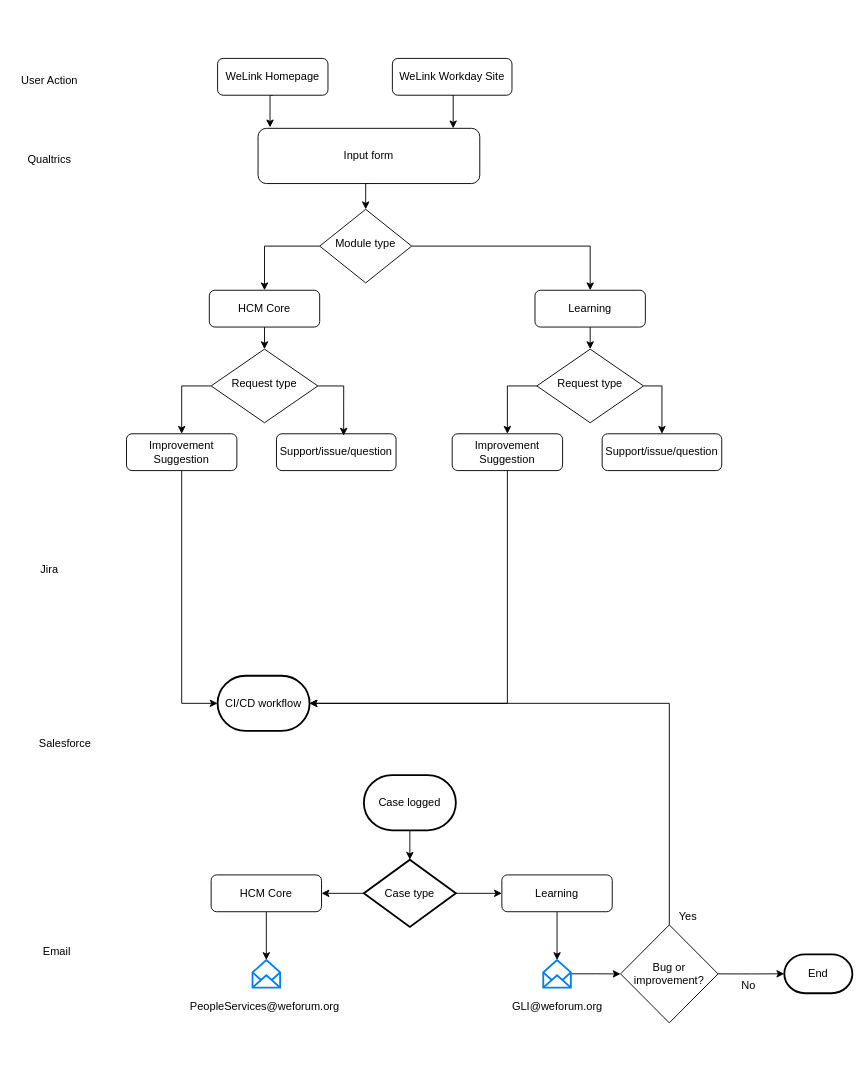
The draw.io diagram Workday Learning support model.drawio in merid-berhe/draw.io, before the edit. Source tidied: cells renumbered, new cells numbered last; positions are measured from the earlier drawing's top-left corner, leaving out a move shared by most shapes. Both pictures are drawn from the tidied source at 92%, with x=0, y=0 at pixel (16, 58).
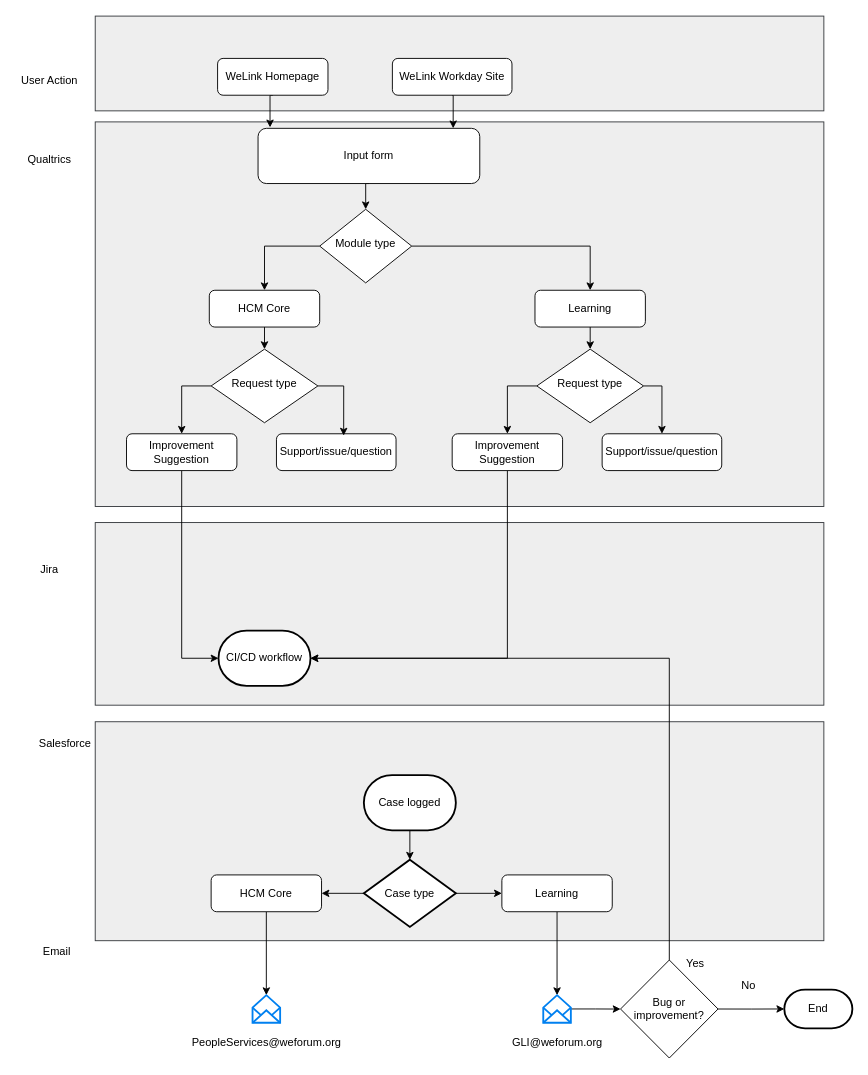
After the change.

What changed in the source:
```diff
@@
+    <mxCell id="53" style="rounded=0;whiteSpace=wrap;html=1;fillColor=#eeeeee;strokeColor=#36393d;" parent="1" vertex="1">
+      <mxGeometry x="86" y="721" width="792" height="238" as="geometry" />
+    </mxCell>
+    <mxCell id="54" style="rounded=0;whiteSpace=wrap;html=1;fillColor=#eeeeee;strokeColor=#36393d;" parent="1" vertex="1">
+      <mxGeometry x="86" y="504.5" width="792" height="198.5" as="geometry" />
+    </mxCell>
+    <mxCell id="55" style="rounded=0;whiteSpace=wrap;html=1;fillColor=#eeeeee;strokeColor=#36393d;" parent="1" vertex="1">
+      <mxGeometry x="86" y="69" width="792" height="418" as="geometry" />
+    </mxCell>
+    <mxCell id="56" style="rounded=0;whiteSpace=wrap;html=1;fillColor=#eeeeee;strokeColor=#36393d;" parent="1" vertex="1">
+      <mxGeometry x="86" y="-46" width="792" height="103" as="geometry" />
+    </mxCell>
@@
     <mxCell id="30" value="CI/CD workflow" style="strokeWidth=2;html=1;shape=mxgraph.flowchart.terminator;whiteSpace=wrap;" parent="1" vertex="1">
-      <mxGeometry x="219" y="671" width="100" height="60" as="geometry" />
+      <mxGeometry x="220" y="622" width="100" height="60" as="geometry" />
     </mxCell>
@@
     <mxCell id="42" style="html=1;verticalLabelPosition=bottom;align=center;labelBackgroundColor=#ffffff;verticalAlign=top;strokeWidth=2;strokeColor=#0080F0;shadow=0;dashed=0;shape=mxgraph.ios7.icons.envelope_(empty);" parent="1" vertex="1">
-      <mxGeometry x="257" y="980" width="30" height="30" as="geometry" />
+      <mxGeometry x="257" y="1018.2" width="30" height="30" as="geometry" />
     </mxCell>
@@
     <mxCell id="44" style="html=1;verticalLabelPosition=bottom;align=center;labelBackgroundColor=#ffffff;verticalAlign=top;strokeWidth=2;strokeColor=#0080F0;shadow=0;dashed=0;shape=mxgraph.ios7.icons.envelope_(empty);" parent="1" vertex="1">
-      <mxGeometry x="573" y="980" width="30" height="30" as="geometry" />
+      <mxGeometry x="573" y="1018.2" width="30" height="30" as="geometry" />
     </mxCell>
     <mxCell id="45" value="PeopleServices@weforum.org" style="text;html=1;align=center;verticalAlign=middle;" parent="1" vertex="1">
-      <mxGeometry x="184" y="1022" width="172" height="18" as="geometry" />
+      <mxGeometry x="186" y="1061" width="172" height="18" as="geometry" />
     </mxCell>
     <mxCell id="46" value="GLI@weforum.org" style="text;html=1;align=center;verticalAlign=middle;" parent="1" vertex="1">
-      <mxGeometry x="534" y="1022" width="108" height="18" as="geometry" />
+      <mxGeometry x="534" y="1061" width="108" height="18" as="geometry" />
     </mxCell>
@@
     <mxCell id="49" value="Bug or improvement?" style="rhombus;whiteSpace=wrap;html=1;" parent="1" vertex="1">
-      <mxGeometry x="657" y="941.8" width="106" height="106.5" as="geometry" />
+      <mxGeometry x="657" y="980" width="106" height="106.5" as="geometry" />
     </mxCell>
@@
     <mxCell id="51" value="End" style="strokeWidth=2;html=1;shape=mxgraph.flowchart.terminator;whiteSpace=wrap;" parent="1" vertex="1">
-      <mxGeometry x="835" y="973.9" width="74" height="42.2" as="geometry" />
+      <mxGeometry x="835" y="1012.1" width="74" height="42.2" as="geometry" />
     </mxCell>
     <mxCell id="52" value="Yes" style="text;html=1;align=center;verticalAlign=middle;" parent="1" vertex="1">
-      <mxGeometry x="715" y="923.8" width="30" height="18" as="geometry" />
+      <mxGeometry x="723" y="975" width="30" height="18" as="geometry" />
     </mxCell>
```
